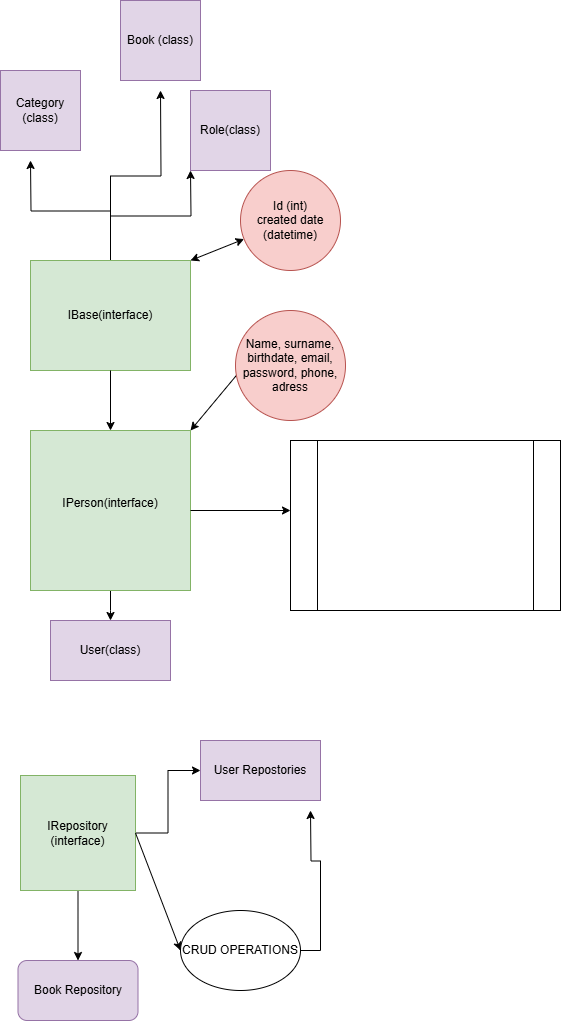
Earlier version of the draw.io export Untitled Diagram.drawio.png (whitmanvari/Library_Automation). Source tidied: cells renumbered, new cells last; positions are measured from the earlier drawing's top-left corner, leaving out a move shared by most shapes.
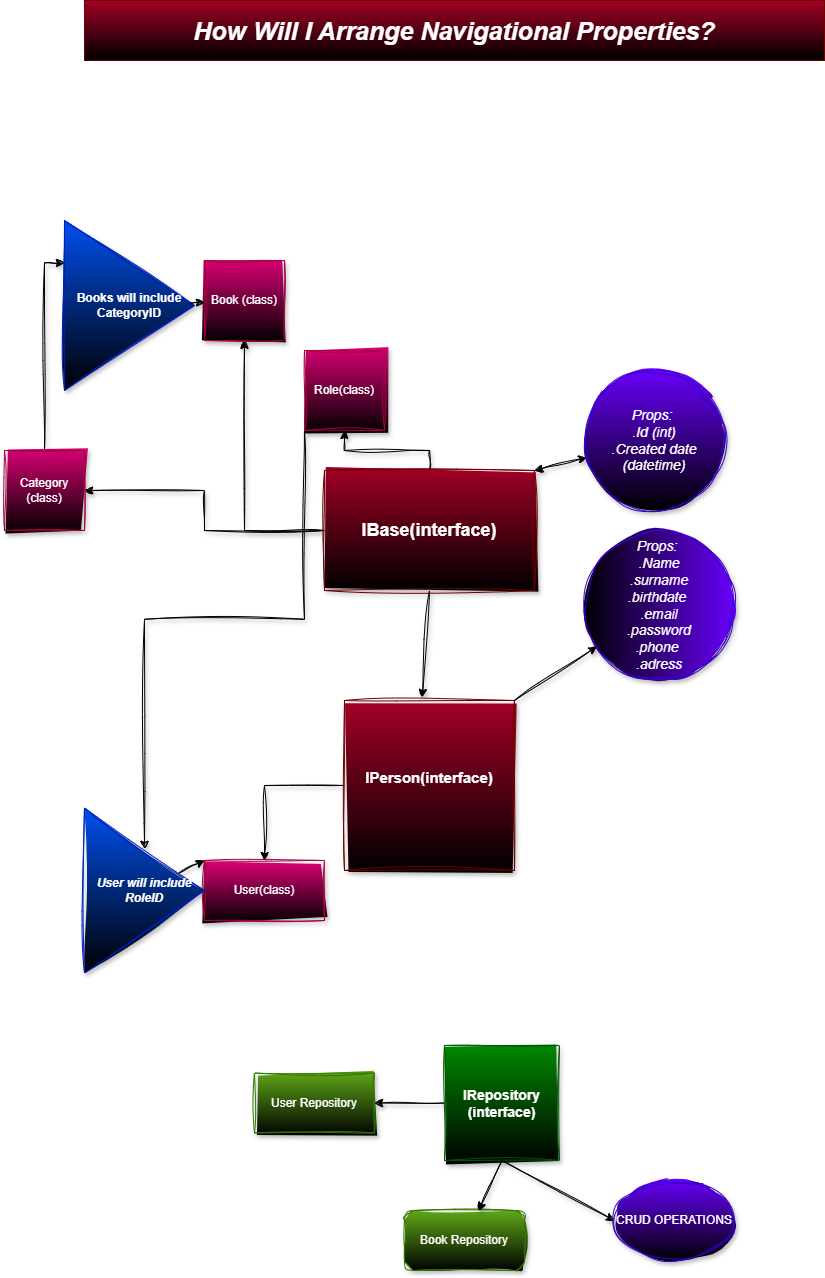
Later version of the same file.

Commit message:
Update Library_ Automation Diagram.drawio.png

Diff of the diagram source:
```diff
@@ -2,101 +2,92 @@
   <root>
     <mxCell id="0" />
     <mxCell id="1" parent="0" />
-    <mxCell id="2" style="edgeStyle=orthogonalEdgeStyle;rounded=0;jettySize=auto;html=1;" parent="1" edge="1" source="5">
-      <mxGeometry relative="1" as="geometry">
-        <mxPoint x="160" y="90" as="targetPoint" />
-      </mxGeometry>
+    <mxCell id="2" style="edgeStyle=orthogonalEdgeStyle;rounded=0;jettySize=auto;html=1;shadow=1;sketch=1;curveFitting=1;jiggle=2;flowAnimation=1;" parent="1" edge="1" source="5" target="21">
+      <mxGeometry relative="1" as="geometry" />
     </mxCell>
-    <mxCell id="3" style="edgeStyle=orthogonalEdgeStyle;rounded=0;jettySize=auto;html=1;" parent="1" edge="1" source="5">
-      <mxGeometry relative="1" as="geometry">
-        <mxPoint x="30" y="160" as="targetPoint" />
-      </mxGeometry>
+    <mxCell id="3" style="edgeStyle=orthogonalEdgeStyle;rounded=0;jettySize=auto;html=1;shadow=1;sketch=1;curveFitting=1;jiggle=2;flowAnimation=1;" parent="1" edge="1" source="5" target="23">
+      <mxGeometry relative="1" as="geometry" />
     </mxCell>
-    <mxCell id="4" style="edgeStyle=orthogonalEdgeStyle;rounded=0;jettySize=auto;html=1;" parent="1" edge="1" source="5">
-      <mxGeometry relative="1" as="geometry">
-        <mxPoint x="190" y="170" as="targetPoint" />
-      </mxGeometry>
+    <mxCell id="4" style="edgeStyle=orthogonalEdgeStyle;rounded=0;jettySize=auto;html=1;entryX=0.5;entryY=1;entryDx=0;entryDy=0;shadow=1;sketch=1;curveFitting=1;jiggle=2;" parent="1" edge="1" source="5" target="24">
+      <mxGeometry relative="1" as="geometry" />
     </mxCell>
-    <mxCell id="5" value="IBase(interface)" style="whiteSpace=wrap;html=1;fillColor=#d5e8d4;strokeColor=#82b366;" parent="1" vertex="1">
-      <mxGeometry x="30" y="260" width="160" height="110" as="geometry" />
+    <mxCell id="5" value="IBase(interface)" style="whiteSpace=wrap;html=1;fillColor=#a20025;strokeColor=#6F0000;fontStyle=1;fontSize=18;fontColor=#ffffff;gradientColor=default;shadow=1;sketch=1;curveFitting=1;jiggle=2;" parent="1" vertex="1">
+      <mxGeometry x="260" y="200" width="210" height="120" as="geometry" />
     </mxCell>
-    <mxCell id="6" style="endArrow=classic;startArrow=classic;html=1;rounded=0;exitX=1;exitY=0;exitDx=0;exitDy=0;" parent="1" edge="1" source="5" target="7">
+    <mxCell id="6" style="endArrow=classic;startArrow=classic;html=1;rounded=0;exitX=1;exitY=0;exitDx=0;exitDy=0;shadow=1;sketch=1;curveFitting=1;jiggle=2;flowAnimation=1;" parent="1" edge="1" source="5" target="7">
       <mxGeometry relative="1" as="geometry" />
     </mxCell>
-    <mxCell id="7" value="Id (int)&lt;div&gt;created date (datetime)&lt;/div&gt;" style="ellipse;whiteSpace=wrap;html=1;fillColor=#f8cecc;strokeColor=#b85450;" parent="1" vertex="1">
-      <mxGeometry x="240" y="170" width="100" height="100" as="geometry" />
+    <mxCell id="7" value="Props:&amp;nbsp;&lt;div&gt;.Id (int)&lt;div&gt;.Created date (datetime)&lt;/div&gt;&lt;/div&gt;" style="ellipse;whiteSpace=wrap;html=1;fillColor=#6a00ff;strokeColor=#3700CC;fontSize=14;fontStyle=2;fontColor=#ffffff;gradientColor=default;shadow=1;sketch=1;curveFitting=1;jiggle=2;" parent="1" vertex="1">
+      <mxGeometry x="520" y="100" width="140" height="140" as="geometry" />
     </mxCell>
-    <mxCell id="8" style="endArrow=classic;html=1;rounded=0;exitX=0.5;exitY=1;exitDx=0;exitDy=0;" parent="1" edge="1" source="5">
-      <mxGeometry relative="1" as="geometry">
-        <mxPoint x="110" y="430" as="targetPoint" />
-      </mxGeometry>
+    <mxCell id="8" style="endArrow=classic;html=1;rounded=0;exitX=0.5;exitY=1;exitDx=0;exitDy=0;entryX=0.458;entryY=-0.018;entryDx=0;entryDy=0;entryPerimeter=0;shadow=1;sketch=1;curveFitting=1;jiggle=2;flowAnimation=1;" parent="1" edge="1" source="5" target="10">
+      <mxGeometry relative="1" as="geometry" />
     </mxCell>
-    <mxCell id="9" style="edgeStyle=orthogonalEdgeStyle;rounded=0;jettySize=auto;html=1;" parent="1" edge="1" source="10">
-      <mxGeometry relative="1" as="geometry">
-        <mxPoint x="110" y="620" as="targetPoint" />
-      </mxGeometry>
+    <mxCell id="9" style="edgeStyle=orthogonalEdgeStyle;rounded=0;jettySize=auto;html=1;entryX=0.5;entryY=0;entryDx=0;entryDy=0;shadow=1;sketch=1;curveFitting=1;jiggle=2;flowAnimation=1;" parent="1" edge="1" source="10" target="25">
+      <mxGeometry relative="1" as="geometry" />
     </mxCell>
-    <mxCell id="10" value="IPerson(interface)&lt;div&gt;&lt;br&gt;&lt;/div&gt;" style="whiteSpace=wrap;html=1;fillColor=#d5e8d4;strokeColor=#82b366;" parent="1" vertex="1">
-      <mxGeometry x="30" y="430" width="160" height="160" as="geometry" />
+    <mxCell id="10" value="&lt;font style=&quot;font-size: 15px;&quot;&gt;&lt;b&gt;IPerson(interface)&lt;/b&gt;&lt;/font&gt;&lt;div&gt;&lt;br&gt;&lt;/div&gt;" style="whiteSpace=wrap;html=1;fillColor=#a20025;strokeColor=#6F0000;fontColor=#ffffff;gradientColor=default;shadow=1;sketch=1;curveFitting=1;jiggle=2;" parent="1" vertex="1">
+      <mxGeometry x="280" y="430" width="170" height="170" as="geometry" />
     </mxCell>
-    <mxCell id="11" style="endArrow=classic;html=1;rounded=0;exitX=1;exitY=0.5;exitDx=0;exitDy=0;" parent="1" edge="1" source="10">
-      <mxGeometry relative="1" as="geometry">
-        <mxPoint x="290" y="510" as="targetPoint" />
-      </mxGeometry>
-    </mxCell>
-    <mxCell id="12" style="endArrow=classic;startArrow=classic;html=1;rounded=0;exitX=1;exitY=0;exitDx=0;exitDy=0;entryX=0;entryY=0.5;entryDx=0;entryDy=0;" parent="1" edge="1" source="10" target="13">
-      <mxGeometry relative="1" as="geometry" />
-    </mxCell>
-    <mxCell id="13" value="Name, surname, birthdate, email, password, phone, adress" style="ellipse;whiteSpace=wrap;html=1;direction=south;fillColor=#f8cecc;strokeColor=#b85450;" parent="1" vertex="1">
-      <mxGeometry x="235" y="310" width="110" height="110" as="geometry" />
+    <mxCell id="13" value="Props:&amp;nbsp;&lt;div&gt;.Name&lt;/div&gt;&lt;div&gt;.surname&lt;/div&gt;&lt;div&gt;.birthdate&amp;nbsp;&lt;/div&gt;&lt;div&gt;.email&lt;/div&gt;&lt;div&gt;.password&lt;/div&gt;&lt;div&gt;.phone&amp;nbsp;&lt;/div&gt;&lt;div&gt;.adress&lt;/div&gt;" style="ellipse;whiteSpace=wrap;html=1;direction=south;fillColor=#6a00ff;strokeColor=#3700CC;fontStyle=2;fontSize=14;fontColor=#ffffff;gradientColor=default;shadow=1;sketch=1;curveFitting=1;jiggle=2;" parent="1" vertex="1">
+      <mxGeometry x="520" y="260" width="150" height="150" as="geometry" />
     </mxCell>
-    <mxCell id="14" style="shape=process;whiteSpace=wrap;html=1;backgroundOutline=1;" parent="1" vertex="1">
-      <mxGeometry x="290" y="440" width="270" height="170" as="geometry" />
-    </mxCell>
-    <mxCell id="15" style="edgeStyle=orthogonalEdgeStyle;rounded=0;jettySize=auto;html=1;" parent="1" edge="1" source="17" target="22">
-      <mxGeometry relative="1" as="geometry">
-        <Array as="points">
-          <mxPoint x="78" y="852" />
-          <mxPoint x="70" y="852" />
-          <mxPoint x="70" y="860" />
-          <mxPoint x="78" y="860" />
-        </Array>
-      </mxGeometry>
-    </mxCell>
-    <mxCell id="16" style="edgeStyle=orthogonalEdgeStyle;rounded=0;jettySize=auto;html=1;" parent="1" edge="1" source="17" target="26">
-      <mxGeometry relative="1" as="geometry" />
-    </mxCell>
+    <mxCell id="27" style="edgeStyle=orthogonalEdgeStyle;rounded=0;jettySize=auto;html=1;exitX=0;exitY=0.5;exitDx=0;exitDy=0;shadow=1;sketch=1;curveFitting=1;jiggle=2;flowAnimation=1;" parent="1" edge="1" source="17" target="30">
+      <mxGeometry relative="1" as="geometry" />
+    </mxCell>
-    <mxCell id="17" value="IRepository (interface)" style="whiteSpace=wrap;html=1;fillColor=#d5e8d4;strokeColor=#82b366;" parent="1" vertex="1">
-      <mxGeometry x="20" y="775" width="115" height="115" as="geometry" />
+    <mxCell id="17" value="&lt;font style=&quot;font-size: 14px;&quot;&gt;&lt;b&gt;IRepository (interface)&lt;/b&gt;&lt;/font&gt;" style="whiteSpace=wrap;html=1;fillColor=#008a00;strokeColor=#005700;fontColor=#ffffff;gradientColor=default;sketch=1;curveFitting=1;jiggle=2;shadow=1;" parent="1" vertex="1">
+      <mxGeometry x="380" y="775" width="115" height="115" as="geometry" />
     </mxCell>
-    <mxCell id="18" style="endArrow=classic;html=1;rounded=0;exitX=1;exitY=0.5;exitDx=0;exitDy=0;entryX=0;entryY=0.5;entryDx=0;entryDy=0;" parent="1" edge="1" source="17" target="20">
+    <mxCell id="18" style="endArrow=classic;html=1;rounded=0;entryX=0;entryY=0.5;entryDx=0;entryDy=0;exitX=0.5;exitY=1;exitDx=0;exitDy=0;shadow=1;sketch=1;curveFitting=1;jiggle=2;flowAnimation=1;" parent="1" edge="1" source="17" target="20">
       <mxGeometry relative="1" as="geometry" />
     </mxCell>
-    <mxCell id="19" style="edgeStyle=orthogonalEdgeStyle;rounded=0;jettySize=auto;html=1;" parent="1" edge="1" source="20">
-      <mxGeometry relative="1" as="geometry">
-        <mxPoint x="310" y="810" as="targetPoint" />
-      </mxGeometry>
-    </mxCell>
-    <mxCell id="20" value="CRUD OPERATIONS" style="ellipse;whiteSpace=wrap;html=1;" parent="1" vertex="1">
-      <mxGeometry x="180" y="910" width="120" height="80" as="geometry" />
+    <mxCell id="20" value="CRUD OPERATIONS" style="ellipse;whiteSpace=wrap;html=1;fillColor=#6a00ff;fontColor=#ffffff;strokeColor=#3700CC;gradientColor=default;shadow=1;sketch=1;curveFitting=1;jiggle=2;" parent="1" vertex="1">
+      <mxGeometry x="550" y="910" width="120" height="80" as="geometry" />
     </mxCell>
-    <mxCell id="21" value="Book (class)" style="whiteSpace=wrap;html=1;fillColor=#e1d5e7;strokeColor=#9673a6;" parent="1" vertex="1">
-      <mxGeometry x="120" width="80" height="80" as="geometry" />
+    <mxCell id="21" value="Book (class)" style="whiteSpace=wrap;html=1;fillColor=#d80073;strokeColor=#A50040;fontColor=#ffffff;gradientColor=default;shadow=1;sketch=1;curveFitting=1;jiggle=2;" parent="1" vertex="1">
+      <mxGeometry x="140" y="-10" width="80" height="80" as="geometry" />
     </mxCell>
-    <mxCell id="22" value="Book Repository" style="rounded=1;whiteSpace=wrap;html=1;fillColor=#e1d5e7;strokeColor=#9673a6;" parent="1" vertex="1">
-      <mxGeometry x="17.5" y="960" width="120" height="60" as="geometry" />
+    <mxCell id="22" value="Book Repository" style="rounded=1;whiteSpace=wrap;html=1;fillColor=#60a917;strokeColor=#2D7600;fontColor=#ffffff;gradientColor=default;sketch=1;curveFitting=1;jiggle=2;shadow=1;" parent="1" vertex="1">
+      <mxGeometry x="340" y="940" width="120" height="60" as="geometry" />
     </mxCell>
+    <mxCell id="28" style="edgeStyle=orthogonalEdgeStyle;rounded=0;jettySize=auto;html=1;exitX=0.5;exitY=0;exitDx=0;exitDy=0;entryX=0;entryY=0.25;entryDx=0;entryDy=0;shadow=1;sketch=1;curveFitting=1;jiggle=2;flowAnimation=1;" parent="1" edge="1" source="23" target="32">
+      <mxGeometry relative="1" as="geometry" />
+    </mxCell>
-    <mxCell id="23" value="Category (class)" style="whiteSpace=wrap;html=1;fillColor=#e1d5e7;strokeColor=#9673a6;" parent="1" vertex="1">
-      <mxGeometry y="70" width="80" height="80" as="geometry" />
+    <mxCell id="23" value="Category (class)" style="whiteSpace=wrap;html=1;fillColor=#d80073;strokeColor=#A50040;fontColor=#ffffff;gradientColor=default;shadow=1;sketch=1;curveFitting=1;jiggle=2;" parent="1" vertex="1">
+      <mxGeometry x="-60" y="180" width="80" height="80" as="geometry" />
     </mxCell>
+    <mxCell id="29" style="edgeStyle=orthogonalEdgeStyle;rounded=0;jettySize=auto;html=1;exitX=0;exitY=1;exitDx=0;exitDy=0;entryX=0.5;entryY=0;entryDx=0;entryDy=0;shadow=1;sketch=1;curveFitting=1;jiggle=2;flowAnimation=1;" parent="1" edge="1" source="24" target="31">
+      <mxGeometry relative="1" as="geometry" />
+    </mxCell>
-    <mxCell id="24" value="Role(class)" style="whiteSpace=wrap;html=1;fillColor=#e1d5e7;strokeColor=#9673a6;" parent="1" vertex="1">
-      <mxGeometry x="190" y="90" width="80" height="80" as="geometry" />
+    <mxCell id="24" value="Role(class)" style="whiteSpace=wrap;html=1;fillColor=#d80073;strokeColor=#A50040;fontColor=#ffffff;gradientColor=default;shadow=1;sketch=1;curveFitting=1;jiggle=2;" parent="1" vertex="1">
+      <mxGeometry x="240" y="80" width="80" height="80" as="geometry" />
     </mxCell>
-    <mxCell id="25" value="User(class)" style="rounded=0;whiteSpace=wrap;html=1;fillColor=#e1d5e7;strokeColor=#9673a6;" parent="1" vertex="1">
-      <mxGeometry x="50" y="620" width="120" height="60" as="geometry" />
+    <mxCell id="25" value="User(class)" style="rounded=0;whiteSpace=wrap;html=1;fillColor=#d80073;strokeColor=#A50040;fontColor=#ffffff;gradientColor=default;shadow=1;sketch=1;curveFitting=1;jiggle=2;" parent="1" vertex="1">
+      <mxGeometry x="140" y="590" width="120" height="60" as="geometry" />
     </mxCell>
-    <mxCell id="26" value="User Repostories" style="rounded=0;whiteSpace=wrap;html=1;fillColor=#e1d5e7;strokeColor=#9673a6;" parent="1" vertex="1">
-      <mxGeometry x="200" y="740" width="120" height="60" as="geometry" />
-    </mxCell>
+    <mxCell id="30" value="User Repository" style="rounded=0;whiteSpace=wrap;html=1;fillColor=#60a917;strokeColor=#2D7600;sketch=1;curveFitting=1;jiggle=2;fontColor=#ffffff;gradientColor=default;shadow=1;" parent="1" vertex="1">
+      <mxGeometry x="190" y="802.5" width="120" height="60" as="geometry" />
+    </mxCell>
+    <mxCell id="15" style="endArrow=classic;html=1;rounded=0;exitX=0.5;exitY=1;exitDx=0;exitDy=0;shadow=1;sketch=1;curveFitting=1;jiggle=2;flowAnimation=1;" parent="1" edge="1" source="17" target="22">
+      <mxGeometry relative="1" as="geometry" />
+    </mxCell>
+    <mxCell id="12" style="endArrow=classic;html=1;rounded=0;exitX=1;exitY=0;exitDx=0;exitDy=0;shadow=1;sketch=1;curveFitting=1;jiggle=2;flowAnimation=1;" parent="1" edge="1" source="10" target="13">
+      <mxGeometry relative="1" as="geometry" />
+    </mxCell>
+    <mxCell id="31" value="User will include RoleID" style="triangle;whiteSpace=wrap;html=1;fillColor=#0050ef;strokeColor=#001DBC;fontStyle=3;fontColor=#ffffff;gradientColor=default;shadow=1;sketch=1;curveFitting=1;jiggle=2;" parent="1" vertex="1">
+      <mxGeometry x="20" y="537.5" width="120" height="165" as="geometry" />
+    </mxCell>
+    <mxCell id="32" value="&lt;b&gt;Books will include CategoryID&lt;/b&gt;" style="triangle;whiteSpace=wrap;html=1;fillColor=#0050ef;strokeColor=#001DBC;fontColor=#ffffff;gradientColor=default;shadow=1;sketch=1;curveFitting=1;jiggle=2;" parent="1" vertex="1">
+      <mxGeometry y="-50" width="130" height="170" as="geometry" />
+    </mxCell>
+    <mxCell id="33" style="endArrow=classic;html=1;rounded=0;shadow=1;sketch=1;curveFitting=1;jiggle=2;flowAnimation=1;" parent="1" edge="1" source="32" target="21">
+      <mxGeometry relative="1" as="geometry" />
+    </mxCell>
+    <mxCell id="34" style="endArrow=classic;html=1;rounded=0;entryX=0;entryY=0;entryDx=0;entryDy=0;shadow=1;sketch=1;curveFitting=1;jiggle=2;flowAnimation=1;" parent="1" edge="1" source="31" target="25">
+      <mxGeometry relative="1" as="geometry" />
+    </mxCell>
+    <mxCell id="35" value="&lt;b&gt;&lt;font style=&quot;font-size: 25px;&quot;&gt;&lt;i&gt;How Will I Arrange Navigational Properties?&lt;/i&gt;&lt;/font&gt;&lt;/b&gt;" style="rounded=0;whiteSpace=wrap;html=1;fillColor=#a20025;fontColor=#ffffff;strokeColor=#6F0000;gradientColor=default;" parent="1" vertex="1">
+      <mxGeometry x="20" y="-270" width="740" height="60" as="geometry" />
+    </mxCell>
   </root>
 </mxGraphModel>
```
